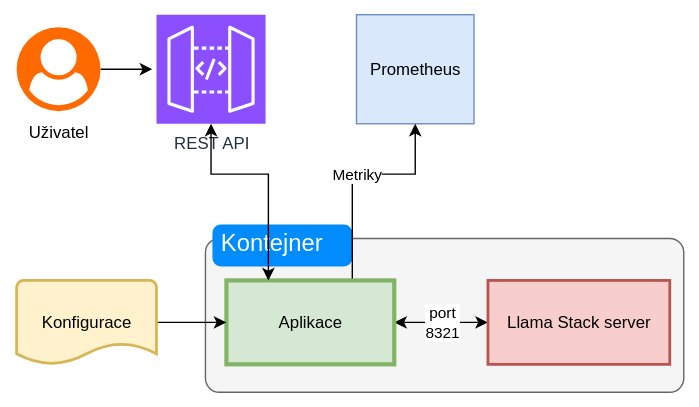
Before: docs/demos/lcore/images/llama_stack_in_container.svg, a diagram exported from draw.io (zszabo-rh/lightspeed-stack). Source tidied: cells renumbered, new cells last; positions are measured from the earlier drawing's top-left corner, leaving out a move shared by most shapes. The source it was exported from:
```xml
<mxGraphModel>
  <root>
    <mxCell id="0" />
    <mxCell id="1" parent="0" />
    <mxCell id="2" style="shape=mxgraph.mockup.containers.marginRect;rectMarginTop=10;strokeColor=#666666;strokeWidth=1;dashed=0;rounded=1;arcSize=5;html=1;whiteSpace=wrap;fillColor=#f5f5f5;fontColor=#333333;" parent="1" vertex="1">
      <mxGeometry x="135" y="150" width="342" height="120" as="geometry" />
    </mxCell>
    <mxCell id="3" value="Kontejner" style="shape=rect;strokeColor=none;fillColor=#008cff;strokeWidth=1;dashed=0;rounded=1;arcSize=20;fontColor=#ffffff;fontSize=17;spacing=2;spacingTop=-2;align=left;spacingLeft=4;perimeter=none;html=1;whiteSpace=wrap;" parent="2" vertex="1">
      <mxGeometry x="5" width="100" height="30" as="geometry" />
    </mxCell>
    <mxCell id="4" value="Prometheus" style="rounded=0;whiteSpace=wrap;html=1;fillColor=#dae8fc;strokeColor=#6c8ebf;" parent="1" vertex="1">
      <mxGeometry x="243" width="84" height="78" as="geometry" />
    </mxCell>
    <mxCell id="5" value="REST API" style="sketch=0;points=[[0,0,0],[0.25,0,0],[0.5,0,0],[0.75,0,0],[1,0,0],[0,1,0],[0.25,1,0],[0.5,1,0],[0.75,1,0],[1,1,0],[0,0.25,0],[0,0.5,0],[0,0.75,0],[1,0.25,0],[1,0.5,0],[1,0.75,0]];outlineConnect=0;fontColor=#232F3E;fillColor=#8C4FFF;strokeColor=#ffffff;dashed=0;verticalLabelPosition=bottom;verticalAlign=top;align=center;html=1;fontSize=12;fontStyle=0;shape=mxgraph.aws4.resourceIcon;resIcon=mxgraph.aws4.api_gateway;" parent="1" vertex="1">
      <mxGeometry x="100" width="78" height="78" as="geometry" />
    </mxCell>
    <mxCell id="6" value="Metriky" style="edgeStyle=orthogonalEdgeStyle;rounded=0;jettySize=auto;html=1;" parent="1" edge="1" source="8" target="4">
      <mxGeometry x="0.01" relative="1" as="geometry">
        <Array as="points">
          <mxPoint x="240" y="114" />
          <mxPoint x="285" y="114" />
        </Array>
      </mxGeometry>
    </mxCell>
    <mxCell id="7" value="&lt;div&gt;port&lt;/div&gt;&lt;div&gt;8321&lt;/div&gt;" style="edgeStyle=orthogonalEdgeStyle;rounded=0;jettySize=auto;html=1;exitX=1;exitY=0.5;exitDx=0;exitDy=0;entryX=0;entryY=0.5;entryDx=0;entryDy=0;endArrow=classic;endFill=1;startArrow=classic;startFill=1;" parent="1" edge="1" source="8" target="10">
      <mxGeometry relative="1" as="geometry" />
    </mxCell>
    <mxCell id="8" value="Aplikace" style="rounded=0;whiteSpace=wrap;html=1;fillColor=#d5e8d4;strokeColor=#82b366;strokeWidth=3;" parent="1" vertex="1">
      <mxGeometry x="150" y="190" width="120" height="60" as="geometry" />
    </mxCell>
    <mxCell id="9" style="edgeStyle=orthogonalEdgeStyle;rounded=0;jettySize=auto;html=1;entryX=0.5;entryY=1;entryDx=0;entryDy=0;entryPerimeter=0;startArrow=classic;startFill=1;" parent="1" edge="1" source="8" target="5">
      <mxGeometry relative="1" as="geometry">
        <Array as="points">
          <mxPoint x="180" y="114" />
          <mxPoint x="139" y="114" />
        </Array>
      </mxGeometry>
    </mxCell>
    <mxCell id="10" value="Llama Stack server" style="rounded=0;whiteSpace=wrap;html=1;fillColor=#f8cecc;strokeColor=#b85450;strokeWidth=2;" parent="1" vertex="1">
      <mxGeometry x="337" y="190" width="130" height="60" as="geometry" />
    </mxCell>
    <mxCell id="11" style="edgeStyle=orthogonalEdgeStyle;rounded=0;jettySize=auto;html=1;" parent="1" edge="1" source="12" target="8">
      <mxGeometry relative="1" as="geometry" />
    </mxCell>
    <mxCell id="12" value="Konfigurace" style="strokeWidth=2;html=1;shape=mxgraph.flowchart.document2;whiteSpace=wrap;size=0.25;fillColor=#fff2cc;strokeColor=#d6b656;" parent="1" vertex="1">
      <mxGeometry y="190" width="100" height="60" as="geometry" />
    </mxCell>
    <mxCell id="13" style="edgeStyle=orthogonalEdgeStyle;rounded=0;jettySize=auto;html=1;" parent="1" edge="1" source="14">
      <mxGeometry relative="1" as="geometry">
        <mxPoint x="97" y="39" as="targetPoint" />
      </mxGeometry>
    </mxCell>
    <mxCell id="14" style="points=[];html=1;align=center;shadow=0;dashed=0;fillColor=#FF6A00;strokeColor=none;shape=mxgraph.alibaba_cloud.user;verticalAlign=bottom;" parent="1" vertex="1">
      <mxGeometry y="9" width="60" height="60" as="geometry" />
    </mxCell>
    <mxCell id="15" value="Uživatel" style="text;html=1;align=center;verticalAlign=middle;whiteSpace=wrap;rounded=0;" parent="1" vertex="1">
      <mxGeometry y="69" width="60" height="30" as="geometry" />
    </mxCell>
  </root>
</mxGraphModel>
```
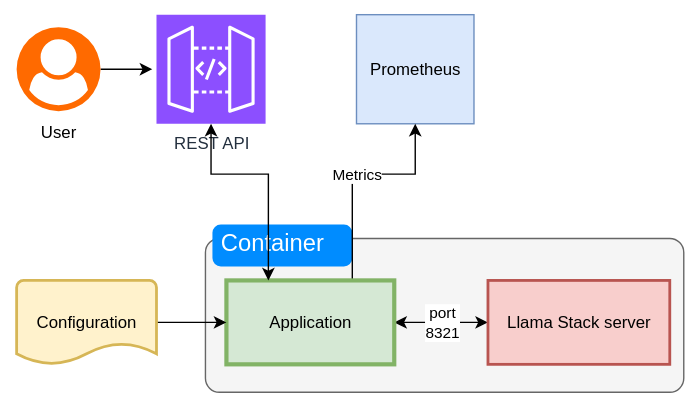
After the change.

What changed in the source:
```diff
@@ -5,7 +5,7 @@
     <mxCell id="2" style="shape=mxgraph.mockup.containers.marginRect;rectMarginTop=10;strokeColor=#666666;strokeWidth=1;dashed=0;rounded=1;arcSize=5;html=1;whiteSpace=wrap;fillColor=#f5f5f5;fontColor=#333333;" parent="1" vertex="1">
       <mxGeometry x="135" y="150" width="342" height="120" as="geometry" />
     </mxCell>
-    <mxCell id="3" value="Kontejner" style="shape=rect;strokeColor=none;fillColor=#008cff;strokeWidth=1;dashed=0;rounded=1;arcSize=20;fontColor=#ffffff;fontSize=17;spacing=2;spacingTop=-2;align=left;spacingLeft=4;perimeter=none;html=1;whiteSpace=wrap;" parent="2" vertex="1">
+    <mxCell id="3" value="Container" style="shape=rect;strokeColor=none;fillColor=#008cff;strokeWidth=1;dashed=0;rounded=1;arcSize=20;fontColor=#ffffff;fontSize=17;spacing=2;spacingTop=-2;align=left;spacingLeft=4;perimeter=none;html=1;whiteSpace=wrap;" parent="2" vertex="1">
       <mxGeometry x="5" width="100" height="30" as="geometry" />
     </mxCell>
     <mxCell id="4" value="Prometheus" style="rounded=0;whiteSpace=wrap;html=1;fillColor=#dae8fc;strokeColor=#6c8ebf;" parent="1" vertex="1">
@@ -14,7 +14,7 @@
     <mxCell id="5" value="REST API" style="sketch=0;points=[[0,0,0],[0.25,0,0],[0.5,0,0],[0.75,0,0],[1,0,0],[0,1,0],[0.25,1,0],[0.5,1,0],[0.75,1,0],[1,1,0],[0,0.25,0],[0,0.5,0],[0,0.75,0],[1,0.25,0],[1,0.5,0],[1,0.75,0]];outlineConnect=0;fontColor=#232F3E;fillColor=#8C4FFF;strokeColor=#ffffff;dashed=0;verticalLabelPosition=bottom;verticalAlign=top;align=center;html=1;fontSize=12;fontStyle=0;shape=mxgraph.aws4.resourceIcon;resIcon=mxgraph.aws4.api_gateway;" parent="1" vertex="1">
       <mxGeometry x="100" width="78" height="78" as="geometry" />
     </mxCell>
-    <mxCell id="6" value="Metriky" style="edgeStyle=orthogonalEdgeStyle;rounded=0;jettySize=auto;html=1;" parent="1" edge="1" source="8" target="4">
+    <mxCell id="6" value="Metrics" style="edgeStyle=orthogonalEdgeStyle;rounded=0;jettySize=auto;html=1;" parent="1" edge="1" source="8" target="4">
       <mxGeometry x="0.01" relative="1" as="geometry">
         <Array as="points">
           <mxPoint x="240" y="114" />
@@ -25,7 +25,7 @@
     <mxCell id="7" value="&lt;div&gt;port&lt;/div&gt;&lt;div&gt;8321&lt;/div&gt;" style="edgeStyle=orthogonalEdgeStyle;rounded=0;jettySize=auto;html=1;exitX=1;exitY=0.5;exitDx=0;exitDy=0;entryX=0;entryY=0.5;entryDx=0;entryDy=0;endArrow=classic;endFill=1;startArrow=classic;startFill=1;" parent="1" edge="1" source="8" target="10">
       <mxGeometry relative="1" as="geometry" />
     </mxCell>
-    <mxCell id="8" value="Aplikace" style="rounded=0;whiteSpace=wrap;html=1;fillColor=#d5e8d4;strokeColor=#82b366;strokeWidth=3;" parent="1" vertex="1">
+    <mxCell id="8" value="Application" style="rounded=0;whiteSpace=wrap;html=1;fillColor=#d5e8d4;strokeColor=#82b366;strokeWidth=3;" parent="1" vertex="1">
       <mxGeometry x="150" y="190" width="120" height="60" as="geometry" />
     </mxCell>
     <mxCell id="9" style="edgeStyle=orthogonalEdgeStyle;rounded=0;jettySize=auto;html=1;entryX=0.5;entryY=1;entryDx=0;entryDy=0;entryPerimeter=0;startArrow=classic;startFill=1;" parent="1" edge="1" source="8" target="5">
@@ -42,7 +42,7 @@
     <mxCell id="11" style="edgeStyle=orthogonalEdgeStyle;rounded=0;jettySize=auto;html=1;" parent="1" edge="1" source="12" target="8">
       <mxGeometry relative="1" as="geometry" />
     </mxCell>
-    <mxCell id="12" value="Konfigurace" style="strokeWidth=2;html=1;shape=mxgraph.flowchart.document2;whiteSpace=wrap;size=0.25;fillColor=#fff2cc;strokeColor=#d6b656;" parent="1" vertex="1">
+    <mxCell id="12" value="Configuration" style="strokeWidth=2;html=1;shape=mxgraph.flowchart.document2;whiteSpace=wrap;size=0.25;fillColor=#fff2cc;strokeColor=#d6b656;" parent="1" vertex="1">
       <mxGeometry y="190" width="100" height="60" as="geometry" />
     </mxCell>
     <mxCell id="13" style="edgeStyle=orthogonalEdgeStyle;rounded=0;jettySize=auto;html=1;" parent="1" edge="1" source="14">
@@ -53,7 +53,7 @@
     <mxCell id="14" style="points=[];html=1;align=center;shadow=0;dashed=0;fillColor=#FF6A00;strokeColor=none;shape=mxgraph.alibaba_cloud.user;verticalAlign=bottom;" parent="1" vertex="1">
       <mxGeometry y="9" width="60" height="60" as="geometry" />
     </mxCell>
-    <mxCell id="15" value="Uživatel" style="text;html=1;align=center;verticalAlign=middle;whiteSpace=wrap;rounded=0;" parent="1" vertex="1">
+    <mxCell id="15" value="User" style="text;html=1;align=center;verticalAlign=middle;whiteSpace=wrap;rounded=0;" parent="1" vertex="1">
       <mxGeometry y="69" width="60" height="30" as="geometry" />
     </mxCell>
   </root>
```
